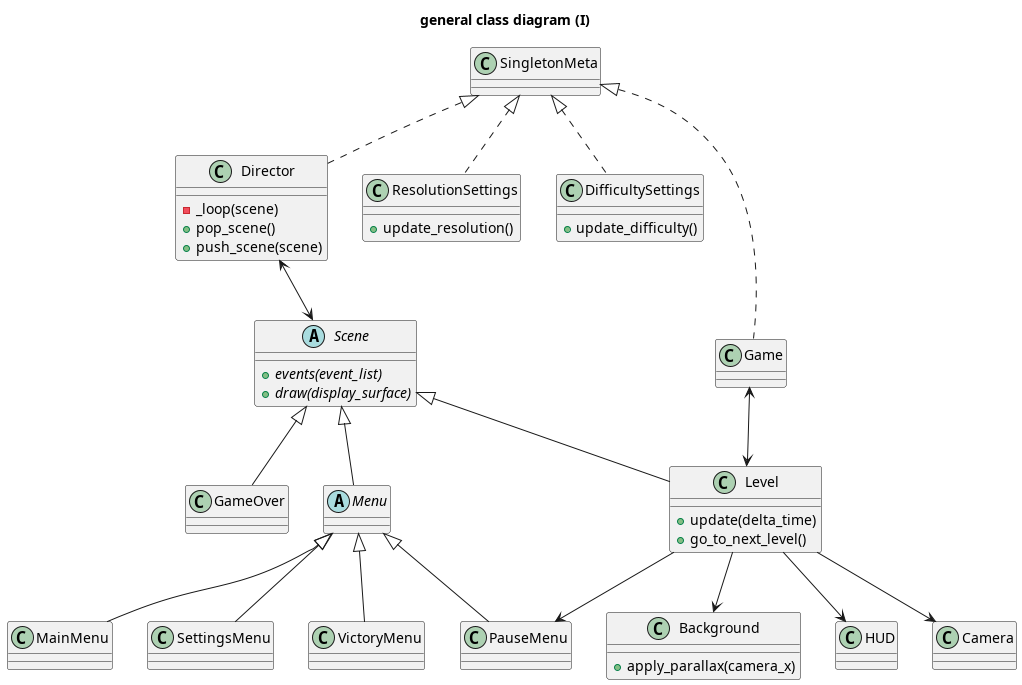
Above: docs/images/class/class_diagram_1.png in Tejon-Company/Tejon-Jumper (PlantUML), before the change.
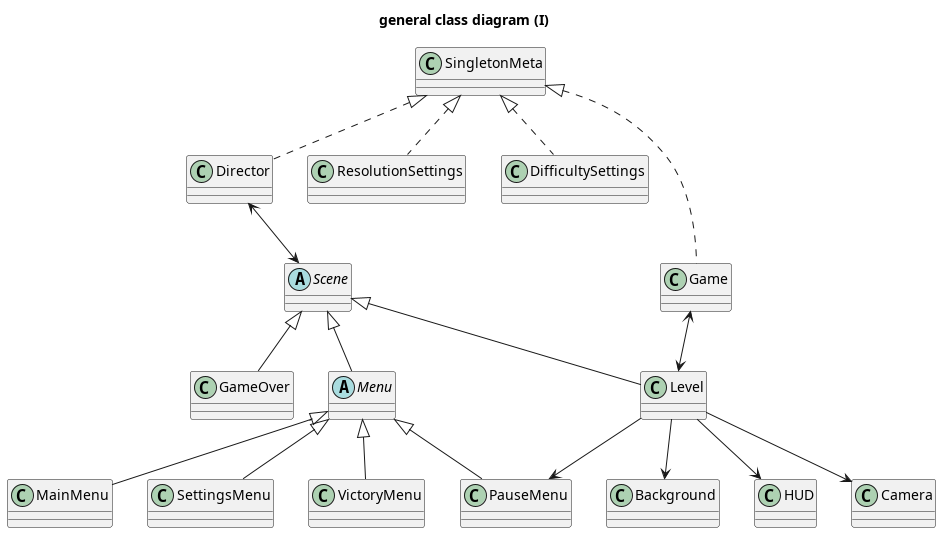
After the change.

Diff of the diagram source:
```diff
@@ -7,18 +7,15 @@
 }
 
 class Director {
-    - _loop(scene)
-    + pop_scene()
-    + push_scene(scene)
+
 }
 
 class ResolutionSettings {
-    + update_resolution()
 
 }
 
 class DifficultySettings {
-    + update_difficulty()
+
 }
 
 class Game {
@@ -26,13 +23,11 @@
 }
 
 abstract class Scene {
-    + events(event_list) {abstract}
-    + draw(display_surface) {abstract}
+
 }
 
 class Level {
-    + update(delta_time)
-    + go_to_next_level()
+
 }
 
 class GameOver {
@@ -44,7 +39,7 @@
 }
 
 class Background {
-    + apply_parallax(camera_x)
+
 }
 
 abstract class Menu {
```
